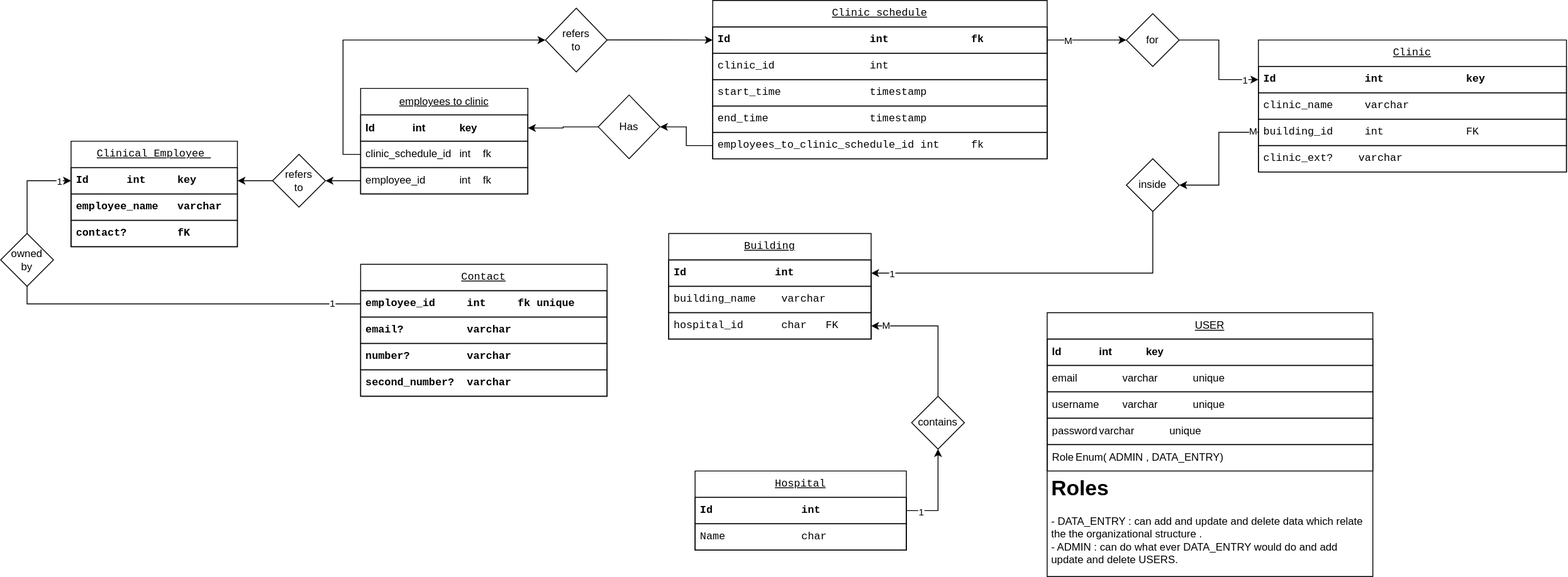
Abdullah-Khawahir/clinics-schedules keeps this draw.io diagram as etc/imgs/database.drawio.svg. Above is the earlier version. Source tidied: cells renumbered, new cells last; positions are measured from the earlier drawing's top-left corner, leaving out a move shared by most shapes.
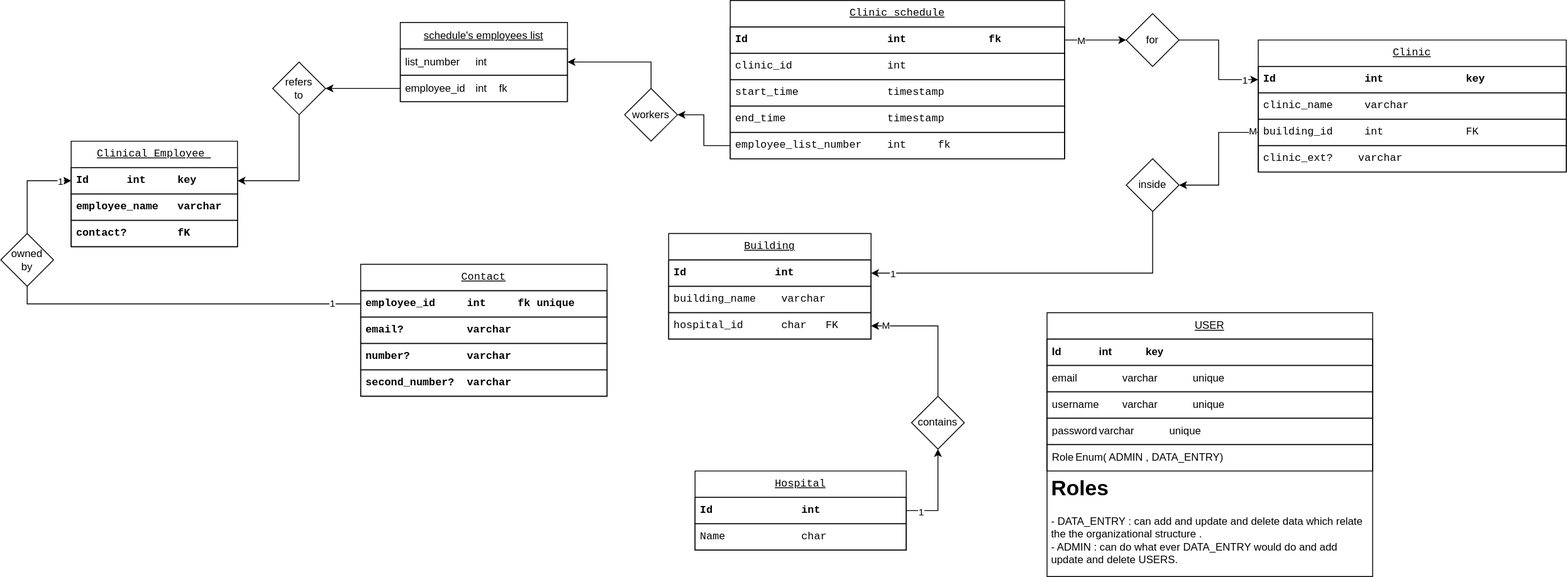
Later version of the same file.

The edit, as a diff of the source:
```diff
@@ -51,7 +51,7 @@
       <mxGeometry y="90" width="189" height="30" as="geometry" />
     </mxCell>
     <mxCell id="18" value="Clinic schedule" style="swimlane;fontStyle=4;horizontal=1;startSize=30;whiteSpace=wrap;html=1;fontFamily=monospace;" parent="1" vertex="1">
-      <mxGeometry x="809" width="380" height="180" as="geometry" />
+      <mxGeometry x="829" width="380" height="180" as="geometry" />
     </mxCell>
     <mxCell id="19" value="Id&lt;span style=&quot;white-space: pre;&quot;&gt;&#9;&lt;/span&gt;&lt;span style=&quot;white-space: pre;&quot;&gt;&#9;&lt;/span&gt;&lt;span style=&quot;white-space: pre;&quot;&gt;&#9;&lt;/span&gt;int&lt;span style=&quot;white-space: pre;&quot;&gt;&#9;&lt;/span&gt;&lt;span style=&quot;white-space: pre;&quot;&gt;&#9;fk&lt;/span&gt;" style="text;strokeColor=default;fillColor=none;align=left;verticalAlign=middle;spacingLeft=4;spacingRight=4;overflow=hidden;points=[[0,0.5],[1,0.5]];portConstraint=eastwest;whiteSpace=wrap;html=1;fontStyle=1;labelBorderColor=none;labelBackgroundColor=none;horizontal=1;spacingTop=0;fontFamily=monospace;" parent="18" vertex="1">
       <mxGeometry y="30" width="380" height="30" as="geometry" />
@@ -65,7 +65,7 @@
     <mxCell id="22" value="end_time&lt;span style=&quot;white-space: pre;&quot;&gt;&#9;&lt;/span&gt;&lt;span style=&quot;white-space: pre;&quot;&gt;&#9;&lt;/span&gt;&lt;code class=&quot;type&quot;&gt;timestamp&lt;/code&gt;" style="text;strokeColor=default;fillColor=none;align=left;verticalAlign=middle;spacingLeft=4;spacingRight=4;overflow=hidden;whiteSpace=wrap;html=1;fontFamily=monospace;" parent="18" vertex="1">
       <mxGeometry y="120" width="380" height="30" as="geometry" />
     </mxCell>
-    <mxCell id="23" value="employees_to_clinic_schedule_id&lt;span style=&quot;white-space: pre;&quot;&gt;&#9;&lt;/span&gt;&lt;span style=&quot;white-space: pre;&quot;&gt;&lt;code&gt;int&lt;span style=&quot;white-space: pre;&quot;&gt;&#9;&lt;/span&gt;fk&lt;/code&gt;&lt;/span&gt;" style="text;strokeColor=default;fillColor=none;align=left;verticalAlign=middle;spacingLeft=4;spacingRight=4;overflow=hidden;points=[[0,0.5],[1,0.5]];portConstraint=eastwest;whiteSpace=wrap;html=1;fontFamily=monospace;" parent="18" vertex="1">
+    <mxCell id="23" value="employee_list&lt;span style=&quot;white-space: pre;&quot;&gt;_number&#9;&lt;/span&gt;&lt;span style=&quot;white-space: pre;&quot;&gt;&lt;code&gt;int&lt;span style=&quot;white-space: pre;&quot;&gt;&#9;&lt;/span&gt;fk&lt;/code&gt;&lt;/span&gt;" style="text;strokeColor=default;fillColor=none;align=left;verticalAlign=middle;spacingLeft=4;spacingRight=4;overflow=hidden;points=[[0,0.5],[1,0.5]];portConstraint=eastwest;whiteSpace=wrap;html=1;fontFamily=monospace;" parent="18" vertex="1">
       <mxGeometry y="150" width="380" height="30" as="geometry" />
     </mxCell>
     <mxCell id="24" value="Contact" style="swimlane;fontStyle=4;horizontal=1;startSize=30;whiteSpace=wrap;html=1;fontFamily=monospace;" parent="1" vertex="1">
@@ -164,44 +164,42 @@
     <mxCell id="55" value="&lt;h1&gt;Roles&lt;/h1&gt;&lt;div&gt;- DATA_ENTRY : can add and update and delete data which relate the the organizational structure .&lt;/div&gt;&lt;div&gt;- ADMIN : can do what ever DATA_ENTRY would do and add update and delete USERS.&lt;/div&gt;&lt;div&gt;&lt;br&gt;&lt;/div&gt;" style="text;html=1;strokeColor=none;fillColor=none;spacing=5;spacingTop=-20;whiteSpace=wrap;overflow=hidden;rounded=0;" parent="49" vertex="1">
       <mxGeometry y="180" width="370" height="120" as="geometry" />
     </mxCell>
-    <mxCell id="56" value="employees to clinic" style="swimlane;fontStyle=4;horizontal=1;startSize=30;whiteSpace=wrap;html=1;" parent="1" vertex="1">
-      <mxGeometry x="409" y="100" width="190" height="120" as="geometry" />
-    </mxCell>
-    <mxCell id="57" value="&lt;div&gt;Id&lt;span style=&quot;white-space: pre;&quot;&gt;&#9;&lt;/span&gt;&lt;span style=&quot;white-space: pre;&quot;&gt;&#9;&lt;/span&gt;int&lt;span style=&quot;white-space: pre;&quot;&gt;&#9;&lt;/span&gt;&lt;span style=&quot;white-space: pre;&quot;&gt;&#9;&lt;/span&gt;key&lt;/div&gt;" style="text;strokeColor=default;fillColor=none;align=left;verticalAlign=middle;spacingLeft=4;spacingRight=4;overflow=hidden;points=[[0,0.5],[1,0.5]];portConstraint=eastwest;whiteSpace=wrap;html=1;fontStyle=1;labelBorderColor=none;labelBackgroundColor=none;horizontal=1;spacingTop=0;" parent="56" vertex="1">
-      <mxGeometry y="30" width="190" height="30" as="geometry" />
-    </mxCell>
-    <mxCell id="58" value="clinic&lt;span style=&quot;white-space: pre;&quot;&gt;_schedule_id&#9;&lt;/span&gt;int&lt;span style=&quot;white-space: pre;&quot;&gt;&#9;&lt;/span&gt;fk" style="text;strokeColor=default;fillColor=none;align=left;verticalAlign=middle;spacingLeft=4;spacingRight=4;overflow=hidden;points=[[0,0.5],[1,0.5]];portConstraint=eastwest;whiteSpace=wrap;html=1;" parent="56" vertex="1">
-      <mxGeometry y="60" width="190" height="30" as="geometry" />
-    </mxCell>
-    <mxCell id="59" value="&lt;div&gt;employee&lt;span style=&quot;white-space: pre;&quot;&gt;_id&#9;&lt;span style=&quot;white-space: pre;&quot;&gt;&#9;&lt;/span&gt;&lt;/span&gt;int&lt;span style=&quot;white-space: pre;&quot;&gt;&#9;&lt;/span&gt;fk&lt;/div&gt;" style="text;strokeColor=default;fillColor=none;align=left;verticalAlign=middle;spacingLeft=4;spacingRight=4;overflow=hidden;points=[[0,0.5],[1,0.5]];portConstraint=eastwest;whiteSpace=wrap;html=1;" parent="56" vertex="1">
-      <mxGeometry y="90" width="190" height="30" as="geometry" />
-    </mxCell>
-    <mxCell id="60" style="edgeStyle=orthogonalEdgeStyle;rounded=0;jettySize=auto;html=1;entryX=1;entryY=0.5;entryDx=0;entryDy=0;" parent="1" edge="1" source="65" target="57">
-      <mxGeometry relative="1" as="geometry" />
+    <mxCell id="60" style="edgeStyle=orthogonalEdgeStyle;rounded=0;jettySize=auto;html=1;entryX=1;entryY=0.5;entryDx=0;entryDy=0;" parent="1" edge="1" target="x">
+      <mxGeometry relative="1" as="geometry">
+        <mxPoint x="679" y="143.8" as="sourcePoint" />
+      </mxGeometry>
     </mxCell>
-    <mxCell id="61" style="edgeStyle=orthogonalEdgeStyle;rounded=0;jettySize=auto;html=1;entryX=0;entryY=0.5;entryDx=0;entryDy=0;" parent="1" edge="1" source="63" target="19">
-      <mxGeometry relative="1" as="geometry" />
-    </mxCell>
-    <mxCell id="62" style="edgeStyle=orthogonalEdgeStyle;rounded=0;jettySize=auto;html=1;entryX=0;entryY=0.5;entryDx=0;entryDy=0;exitX=0;exitY=0.5;exitDx=0;exitDy=0;" parent="1" edge="1" source="58" target="63">
-      <mxGeometry relative="1" as="geometry" />
-    </mxCell>
-    <mxCell id="63" value="&lt;div&gt;refers&lt;/div&gt;&lt;div&gt;to&lt;br&gt;&lt;/div&gt;" style="rhombus;whiteSpace=wrap;html=1;" parent="1" vertex="1">
-      <mxGeometry x="619" y="8.8" width="70" height="72.5" as="geometry" />
-    </mxCell>
-    <mxCell id="64" style="edgeStyle=orthogonalEdgeStyle;rounded=0;jettySize=auto;html=1;entryX=1;entryY=0.5;entryDx=0;entryDy=0;" parent="1" edge="1" source="23" target="65">
-      <mxGeometry relative="1" as="geometry" />
-    </mxCell>
-    <mxCell id="65" value="Has" style="rhombus;whiteSpace=wrap;html=1;" parent="1" vertex="1">
-      <mxGeometry x="679" y="107.5" width="70" height="72.5" as="geometry" />
-    </mxCell>
-    <mxCell id="66" style="edgeStyle=orthogonalEdgeStyle;rounded=0;jettySize=auto;html=1;entryX=1;entryY=0.5;entryDx=0;entryDy=0;" parent="1" edge="1" source="68" target="15">
-      <mxGeometry relative="1" as="geometry" />
-    </mxCell>
-    <mxCell id="67" style="edgeStyle=orthogonalEdgeStyle;rounded=0;jettySize=auto;html=1;entryX=1;entryY=0.5;entryDx=0;entryDy=0;" parent="1" edge="1" source="59" target="68">
-      <mxGeometry relative="1" as="geometry" />
+    <mxCell id="67" style="edgeStyle=orthogonalEdgeStyle;rounded=0;jettySize=auto;html=1;entryX=1;entryY=0.5;entryDx=0;entryDy=0;" parent="1" edge="1" target="x">
+      <mxGeometry relative="1" as="geometry">
+        <mxPoint x="409" y="205" as="sourcePoint" />
+      </mxGeometry>
     </mxCell>
-    <mxCell id="68" value="&lt;div&gt;refers&lt;/div&gt;&lt;div&gt;to&lt;br&gt;&lt;/div&gt;" style="rhombus;whiteSpace=wrap;html=1;" parent="1" vertex="1">
-      <mxGeometry x="309" y="175" width="60" height="60" as="geometry" />
-    </mxCell>
+    <mxCell id="69" value="schedule's employees list" style="swimlane;fontStyle=4;horizontal=1;startSize=30;whiteSpace=wrap;html=1;" parent="1" vertex="1">
+      <mxGeometry x="454" y="25" width="190" height="90" as="geometry" />
+    </mxCell>
+    <mxCell id="70" value="list_number&lt;span style=&quot;white-space: pre;&quot;&gt;&#9;int&lt;/span&gt;" style="text;strokeColor=default;fillColor=none;align=left;verticalAlign=middle;spacingLeft=4;spacingRight=4;overflow=hidden;points=[[0,0.5],[1,0.5]];portConstraint=eastwest;whiteSpace=wrap;html=1;fontStyle=0;labelBorderColor=none;labelBackgroundColor=none;horizontal=1;spacingTop=0;" parent="69" vertex="1">
+      <mxGeometry y="30" width="190" height="30" as="geometry" />
+    </mxCell>
+    <mxCell id="71" value="employee_id&lt;span style=&quot;white-space: pre;&quot;&gt;&#9;&lt;/span&gt;int&lt;span style=&quot;white-space: pre;&quot;&gt;&#9;&lt;/span&gt;fk" style="text;strokeColor=default;fillColor=none;align=left;verticalAlign=middle;spacingLeft=4;spacingRight=4;overflow=hidden;points=[[0,0.5],[1,0.5]];portConstraint=eastwest;whiteSpace=wrap;html=1;" parent="69" vertex="1">
+      <mxGeometry y="60" width="190" height="30" as="geometry" />
+    </mxCell>
+    <mxCell id="72" style="edgeStyle=orthogonalEdgeStyle;rounded=0;jettySize=auto;html=1;entryX=1;entryY=0.5;entryDx=0;entryDy=0;" parent="1" edge="1" source="74" target="15">
+      <mxGeometry relative="1" as="geometry" />
+    </mxCell>
+    <mxCell id="73" style="edgeStyle=orthogonalEdgeStyle;rounded=0;jettySize=auto;html=1;entryX=1;entryY=0.5;entryDx=0;entryDy=0;" parent="1" edge="1" source="71" target="74">
+      <mxGeometry relative="1" as="geometry" />
+    </mxCell>
+    <mxCell id="74" value="&lt;div&gt;refers&lt;/div&gt;&lt;div&gt;to&lt;br&gt;&lt;/div&gt;" style="rhombus;whiteSpace=wrap;html=1;" parent="1" vertex="1">
+      <mxGeometry x="309" y="70" width="60" height="60" as="geometry" />
+    </mxCell>
+    <mxCell id="75" style="edgeStyle=orthogonalEdgeStyle;rounded=0;jettySize=auto;html=1;entryX=1;entryY=0.5;entryDx=0;entryDy=0;" parent="1" edge="1" source="77" target="70">
+      <mxGeometry relative="1" as="geometry" />
+    </mxCell>
+    <mxCell id="76" style="edgeStyle=orthogonalEdgeStyle;rounded=0;jettySize=auto;html=1;entryX=1;entryY=0.5;entryDx=0;entryDy=0;" parent="1" edge="1" source="23" target="77">
+      <mxGeometry relative="1" as="geometry" />
+    </mxCell>
+    <mxCell id="77" value="workers" style="rhombus;whiteSpace=wrap;html=1;" parent="1" vertex="1">
+      <mxGeometry x="709" y="100" width="60" height="60" as="geometry" />
+    </mxCell>
   </root>
 </mxGraphModel>
```
